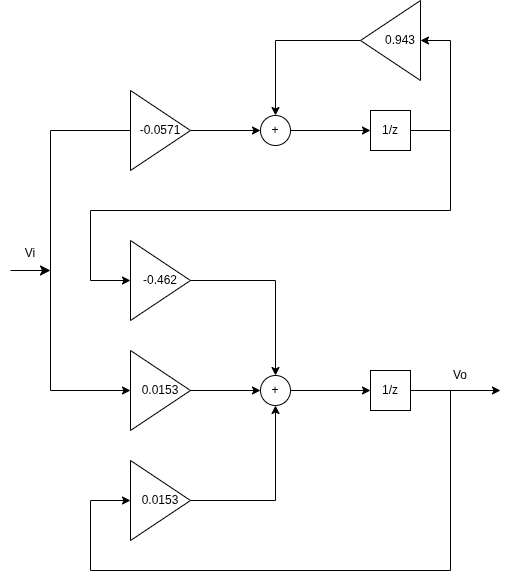
Earlier version of the draw.io export Lab5/Otros/Diagramas2.png (simplementeUnPorito/auto). Source tidied: cells renumbered, new cells last; positions are measured from the earlier drawing's top-left corner, leaving out a move shared by most shapes.
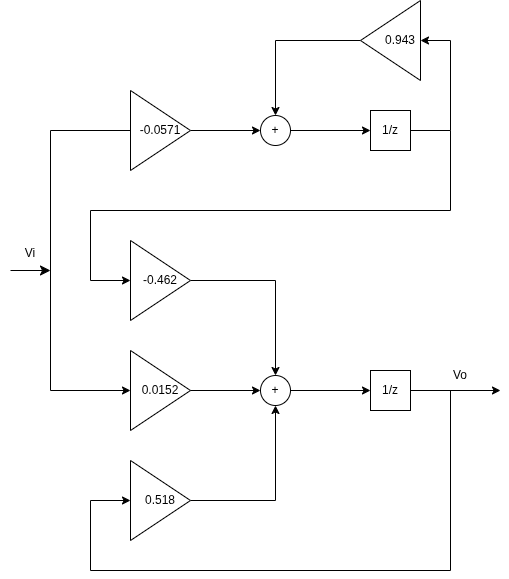
Later version of the same file.

Commit message:
lab5finaldelfinal

What changed in the source:
```diff
@@ -25,13 +25,13 @@
     <mxCell id="7" style="edgeStyle=orthogonalEdgeStyle;rounded=0;jettySize=auto;html=1;entryX=0.5;entryY=1;entryDx=0;entryDy=0;" parent="1" edge="1" source="8" target="12">
       <mxGeometry relative="1" as="geometry" />
     </mxCell>
-    <mxCell id="8" value="0.0153" style="triangle;whiteSpace=wrap;html=1;" parent="1" vertex="1">
+    <mxCell id="8" value="0.518" style="triangle;whiteSpace=wrap;html=1;" parent="1" vertex="1">
       <mxGeometry x="130" y="460" width="60" height="80" as="geometry" />
     </mxCell>
     <mxCell id="9" style="edgeStyle=orthogonalEdgeStyle;rounded=0;jettySize=auto;html=1;entryX=0;entryY=0.5;entryDx=0;entryDy=0;" parent="1" edge="1" source="10" target="12">
       <mxGeometry relative="1" as="geometry" />
     </mxCell>
-    <mxCell id="10" value="0.0153" style="triangle;whiteSpace=wrap;html=1;" parent="1" vertex="1">
+    <mxCell id="10" value="0.0152" style="triangle;whiteSpace=wrap;html=1;" parent="1" vertex="1">
       <mxGeometry x="130" y="350" width="60" height="80" as="geometry" />
     </mxCell>
     <mxCell id="11" style="edgeStyle=orthogonalEdgeStyle;rounded=0;jettySize=auto;html=1;entryX=0;entryY=0.5;entryDx=0;entryDy=0;" parent="1" edge="1" source="12" target="18">
```
